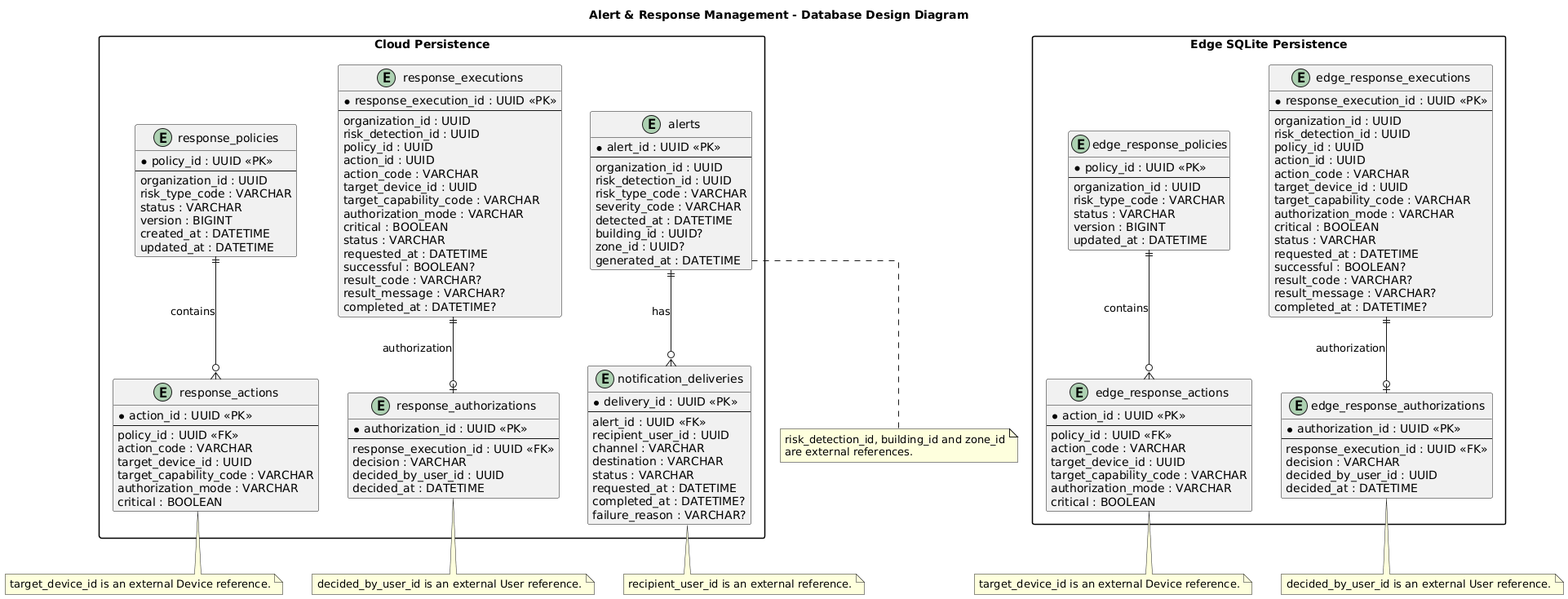
Before: assets/images/chapter-04-solution-software-design/alert-response-management/alert-response-management-database-design-diagram.png, a diagram exported from PlantUML (UPC-1ASI0572-202620-16518-ResQ/resq-project-report).
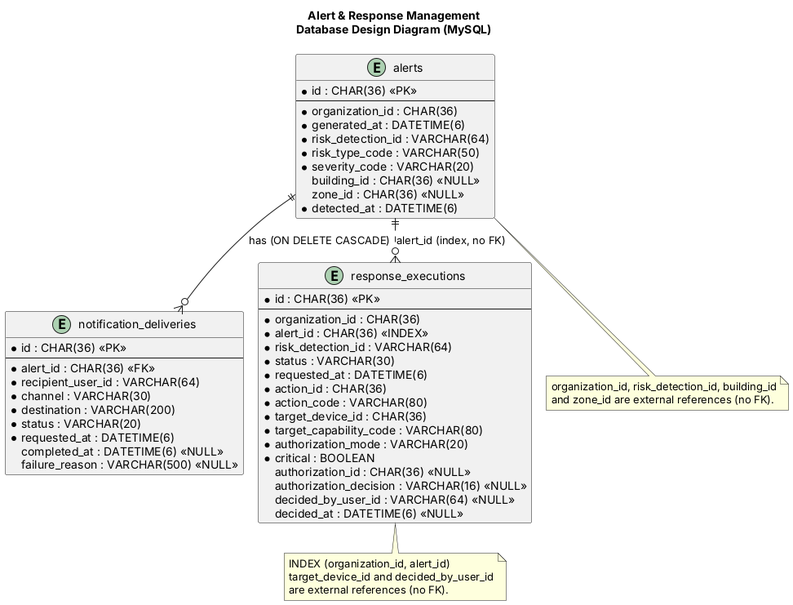
Later version of the same file.

Commit message:
feat: add architectural diagrams, database design, and domain models for alert-response management

Change to the diagram source:
```diff
@@ -1,183 +1,66 @@
 @startuml
-title Alert & Response Management - Database Design Diagram
-
-hide methods
-hide stereotypes
+!pragma layout smetana
+title Alert & Response Management\nDatabase Design Diagram (MySQL)
 
 skinparam shadowing false
-skinparam linetype ortho
-skinparam packageStyle rectangle
 
-
-package "Cloud Persistence" {
-
-    entity "response_policies" as response_policies {
-        * policy_id : UUID <<PK>>
-        --
-        organization_id : UUID
-        risk_type_code : VARCHAR
-        status : VARCHAR
-        version : BIGINT
-        created_at : DATETIME
-        updated_at : DATETIME
-    }
-
-    entity "response_actions" as response_actions {
-        * action_id : UUID <<PK>>
-        --
-        policy_id : UUID <<FK>>
-        action_code : VARCHAR
-        target_device_id : UUID
-        target_capability_code : VARCHAR
-        authorization_mode : VARCHAR
-        critical : BOOLEAN
-    }
-
-    entity "alerts" as alerts {
-        * alert_id : UUID <<PK>>
-        --
-        organization_id : UUID
-        risk_detection_id : UUID
-        risk_type_code : VARCHAR
-        severity_code : VARCHAR
-        detected_at : DATETIME
-        building_id : UUID?
-        zone_id : UUID?
-        generated_at : DATETIME
-    }
-
-    entity "notification_deliveries" as notification_deliveries {
-        * delivery_id : UUID <<PK>>
-        --
-        alert_id : UUID <<FK>>
-        recipient_user_id : UUID
-        channel : VARCHAR
-        destination : VARCHAR
-        status : VARCHAR
-        requested_at : DATETIME
-        completed_at : DATETIME?
-        failure_reason : VARCHAR?
-    }
-
-    entity "response_executions" as response_executions {
-        * response_execution_id : UUID <<PK>>
-        --
-        organization_id : UUID
-        risk_detection_id : UUID
-        policy_id : UUID
-        action_id : UUID
-        action_code : VARCHAR
-        target_device_id : UUID
-        target_capability_code : VARCHAR
-        authorization_mode : VARCHAR
-        critical : BOOLEAN
-        status : VARCHAR
-        requested_at : DATETIME
-        successful : BOOLEAN?
-        result_code : VARCHAR?
-        result_message : VARCHAR?
-        completed_at : DATETIME?
-    }
-
-    entity "response_authorizations" as response_authorizations {
-        * authorization_id : UUID <<PK>>
-        --
-        response_execution_id : UUID <<FK>>
-        decision : VARCHAR
-        decided_by_user_id : UUID
-        decided_at : DATETIME
-    }
-
-
-    response_policies ||--o{ response_actions : contains
-
-    alerts ||--o{ notification_deliveries : has
-
-    response_executions ||--o| response_authorizations : authorization
+entity "alerts" as alerts {
+  * id : CHAR(36) <<PK>>
+  --
+  * organization_id : CHAR(36)
+  * generated_at : DATETIME(6)
+  * risk_detection_id : VARCHAR(64)
+  * risk_type_code : VARCHAR(50)
+  * severity_code : VARCHAR(20)
+  building_id : CHAR(36) <<NULL>>
+  zone_id : CHAR(36) <<NULL>>
+  * detected_at : DATETIME(6)
 }
 
-
-package "Edge SQLite Persistence" {
-
-    entity "edge_response_policies" as edge_response_policies {
-        * policy_id : UUID <<PK>>
-        --
-        organization_id : UUID
-        risk_type_code : VARCHAR
-        status : VARCHAR
-        version : BIGINT
-        updated_at : DATETIME
-    }
-
-    entity "edge_response_actions" as edge_response_actions {
-        * action_id : UUID <<PK>>
-        --
-        policy_id : UUID <<FK>>
-        action_code : VARCHAR
-        target_device_id : UUID
-        target_capability_code : VARCHAR
-        authorization_mode : VARCHAR
-        critical : BOOLEAN
-    }
-
-    entity "edge_response_executions" as edge_response_executions {
-        * response_execution_id : UUID <<PK>>
-        --
-        organization_id : UUID
-        risk_detection_id : UUID
-        policy_id : UUID
-        action_id : UUID
-        action_code : VARCHAR
-        target_device_id : UUID
-        target_capability_code : VARCHAR
-        authorization_mode : VARCHAR
-        critical : BOOLEAN
-        status : VARCHAR
-        requested_at : DATETIME
-        successful : BOOLEAN?
-        result_code : VARCHAR?
-        result_message : VARCHAR?
-        completed_at : DATETIME?
-    }
-
-    entity "edge_response_authorizations" as edge_response_authorizations {
-        * authorization_id : UUID <<PK>>
-        --
-        response_execution_id : UUID <<FK>>
-        decision : VARCHAR
-        decided_by_user_id : UUID
-        decided_at : DATETIME
-    }
-
-
-    edge_response_policies ||--o{ edge_response_actions : contains
-
-    edge_response_executions ||--o| edge_response_authorizations : authorization
+entity "notification_deliveries" as deliveries {
+  * id : CHAR(36) <<PK>>
+  --
+  * alert_id : CHAR(36) <<FK>>
+  * recipient_user_id : VARCHAR(64)
+  * channel : VARCHAR(30)
+  * destination : VARCHAR(200)
+  * status : VARCHAR(20)
+  * requested_at : DATETIME(6)
+  completed_at : DATETIME(6) <<NULL>>
+  failure_reason : VARCHAR(500) <<NULL>>
 }
 
+entity "response_executions" as executions {
+  * id : CHAR(36) <<PK>>
+  --
+  * organization_id : CHAR(36)
+  * alert_id : CHAR(36) <<INDEX>>
+  * risk_detection_id : VARCHAR(64)
+  * status : VARCHAR(30)
+  * requested_at : DATETIME(6)
+  * action_id : CHAR(36)
+  * action_code : VARCHAR(80)
+  * target_device_id : CHAR(36)
+  * target_capability_code : VARCHAR(80)
+  * authorization_mode : VARCHAR(20)
+  * critical : BOOLEAN
+  authorization_id : CHAR(36) <<NULL>>
+  authorization_decision : VARCHAR(16) <<NULL>>
+  decided_by_user_id : VARCHAR(64) <<NULL>>
+  decided_at : DATETIME(6) <<NULL>>
+}
+
+alerts ||--o{ deliveries : "has (ON DELETE CASCADE)"
+alerts ||..o{ executions : "alert_id (index, no FK)"
 
 note bottom of alerts
-risk_detection_id, building_id and zone_id
-are external references.
+  organization_id, risk_detection_id, building_id
+  and zone_id are external references (no FK).
 end note
 
-note bottom of notification_deliveries
-recipient_user_id is an external reference.
-end note
-
-note bottom of response_actions
-target_device_id is an external Device reference.
-end note
-
-note bottom of response_authorizations
-decided_by_user_id is an external User reference.
-end note
-
-note bottom of edge_response_actions
-target_device_id is an external Device reference.
-end note
-
-note bottom of edge_response_authorizations
-decided_by_user_id is an external User reference.
+note bottom of executions
+  INDEX (organization_id, alert_id)
+  target_device_id and decided_by_user_id
+  are external references (no FK).
 end note
 @enduml
```
